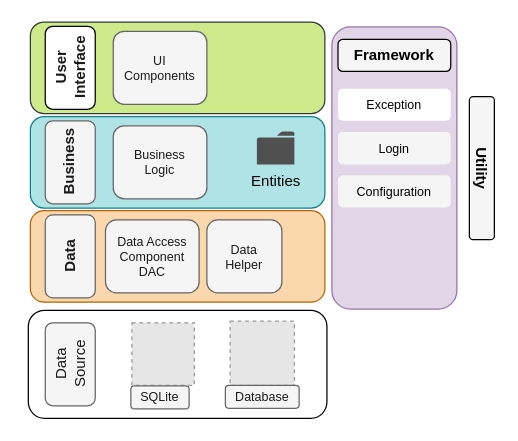
This is design/arquitectura.drawio from emilioale04/emilio.armas-epn.edu.ec, a draw.io file, before an edit. Source tidied: cells renumbered, new cells numbered last; positions are measured from the earlier drawing's top-left corner, leaving out a move shared by most shapes. Both pictures are drawn from the tidied source at 125%, with x=0, y=0 at pixel (45, -80). Pictures stored in the file or linked from it are replaced by grey dashed boxes.
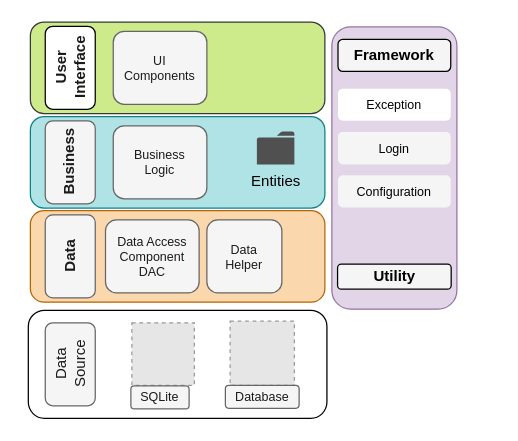
After the change.

Change to the diagram source:
```diff
@@
-    <mxCell id="25" value="&lt;span style=&quot;&quot;&gt;&lt;font color=&quot;#000000&quot;&gt;&lt;b&gt;Utility&lt;/b&gt;&lt;/font&gt;&lt;/span&gt;" style="rounded=1;whiteSpace=wrap;html=1;fillColor=#f5f5f5;strokeColor=#000000;gradientColor=none;horizontal=0;rotation=-180;" parent="1" vertex="1">
-      <mxGeometry x="339" y="140.7" width="20" height="114.5" as="geometry" />
+    <mxCell id="25" value="&lt;span style=&quot;&quot;&gt;&lt;font color=&quot;#000000&quot;&gt;&lt;b&gt;Utility&lt;/b&gt;&lt;/font&gt;&lt;/span&gt;" style="rounded=1;whiteSpace=wrap;html=1;fillColor=#f5f5f5;strokeColor=#000000;gradientColor=none;horizontal=0;rotation=90;" parent="1" vertex="1">
+      <mxGeometry x="269" y="239.4" width="20" height="90.9" as="geometry" />
     </mxCell>
```
